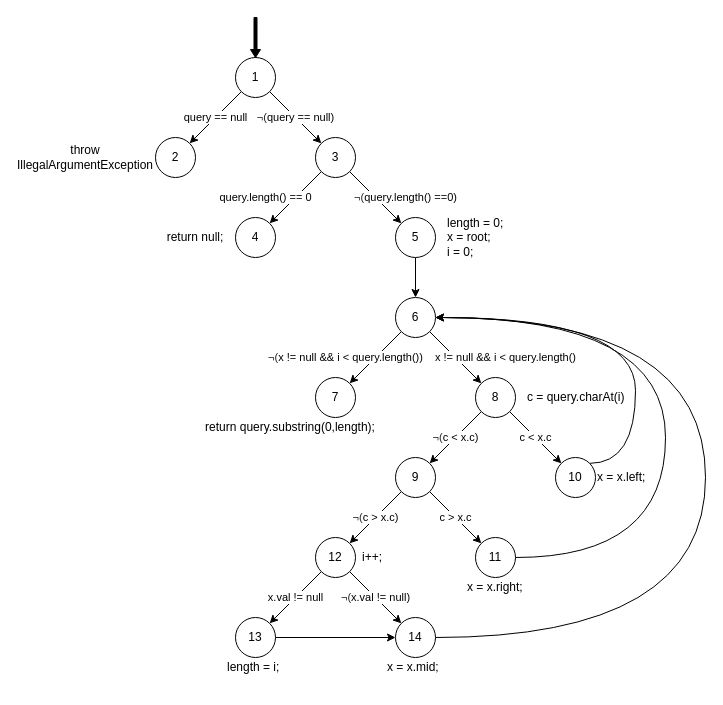
Before: longestPrefixOfGraph.drawio in JoaoDavid/vvs1920_unit_testing, a draw.io diagram. Source tidied: cells renumbered, new cells numbered last; positions are measured from the earlier drawing's top-left corner, leaving out a move shared by most shapes. Both pictures are drawn from the tidied source at 100%, with x=0, y=0 at pixel (65, 17).
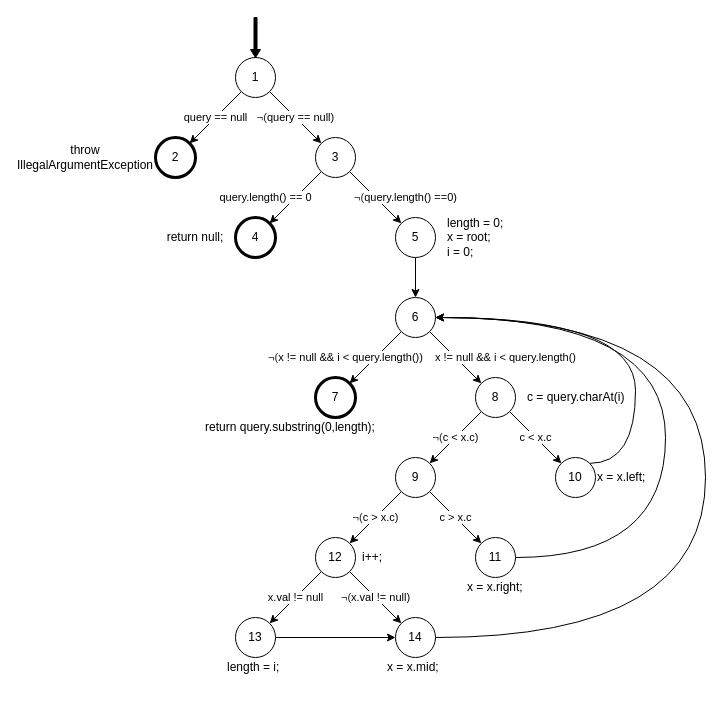
The same diagram, later.

Commit message (it also covers changes not shown here):
updated graph's ending nodes with bold style

Diff of the diagram source:
```diff
@@
-    <mxCell id="6" value="2" style="ellipse;whiteSpace=wrap;html=1;" parent="1" vertex="1">
+    <mxCell id="6" value="2" style="ellipse;whiteSpace=wrap;html=1;gradientColor=none;strokeWidth=3;" parent="1" vertex="1">
       <mxGeometry x="90" y="120" width="40" height="40" as="geometry" />
     </mxCell>
@@
-    <mxCell id="11" value="4" style="ellipse;whiteSpace=wrap;html=1;" parent="1" vertex="1">
+    <mxCell id="11" value="4" style="ellipse;whiteSpace=wrap;html=1;strokeWidth=3;" parent="1" vertex="1">
       <mxGeometry x="170" y="200" width="40" height="40" as="geometry" />
     </mxCell>
@@
-    <mxCell id="18" value="7" style="ellipse;whiteSpace=wrap;html=1;" parent="1" vertex="1">
+    <mxCell id="18" value="7" style="ellipse;whiteSpace=wrap;html=1;strokeWidth=3;" parent="1" vertex="1">
       <mxGeometry x="250" y="360" width="40" height="40" as="geometry" />
     </mxCell>
```
